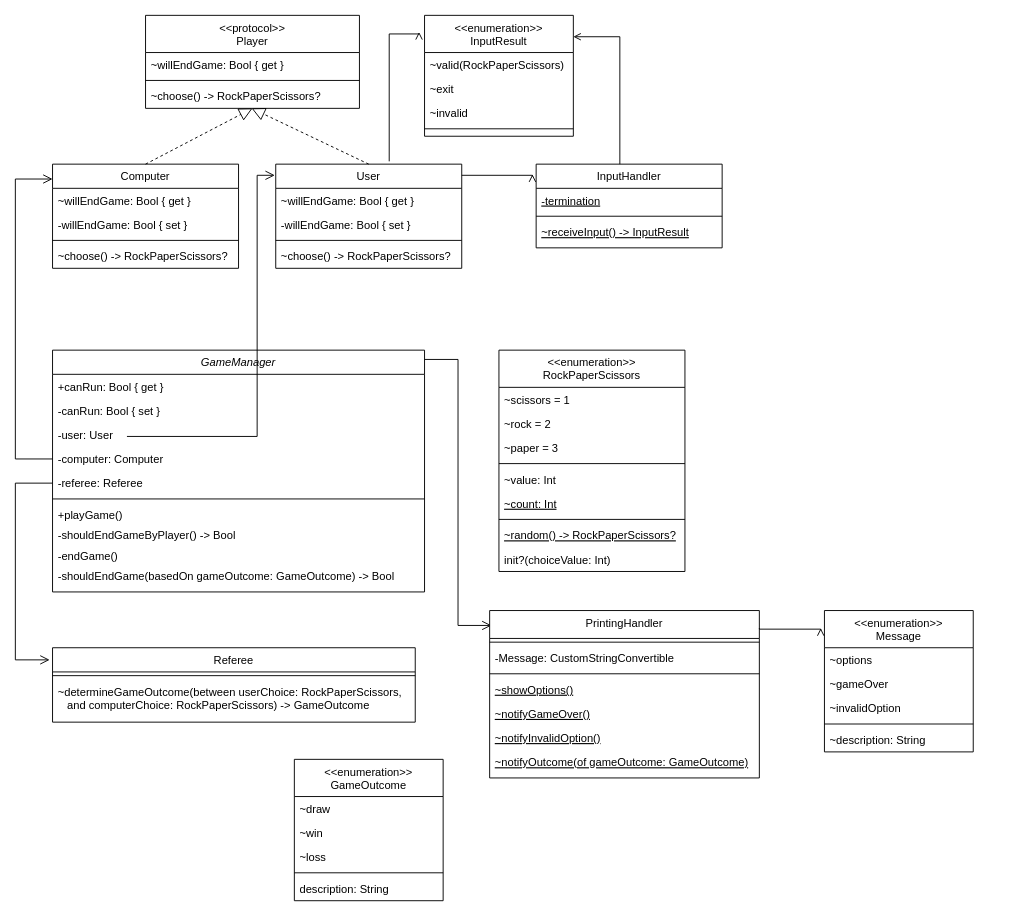
Above: docs/Game_RockPaperScissors_ClassDiagram.drawio in tasty-code/ios-rock-scissor-paper (draw.io), before the change. Source tidied: cells renumbered, new cells numbered last; positions are measured from the earlier drawing's top-left corner, leaving out a move shared by most shapes. Both pictures are drawn from the tidied source at 93%, with x=0, y=0 at pixel (15, 15).
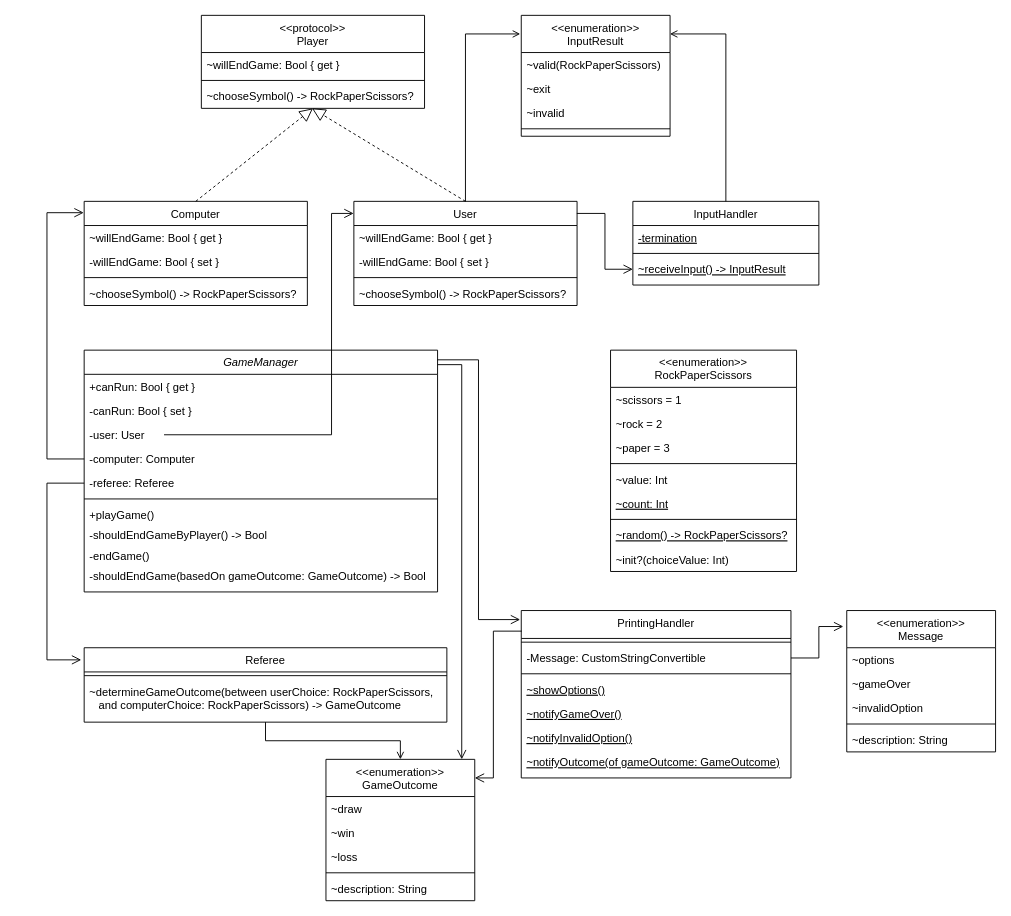
After the change.

Commit message (it also covers changes not shown here):
docs: Step1 클래스 다이어그램 최신 업데이트

Unchanged cells that the change refers to:
```xml
<mxCell id="56" value="~receiveInput() -&gt; InputResult" style="text;align=left;verticalAlign=top;spacingLeft=4;spacingRight=4;overflow=hidden;points=[[0,0.5],[1,0.5]];portConstraint=eastwest;fontStyle=4;" parent="53" vertex="1">
  <mxGeometry y="60" width="200" height="26" as="geometry" />
</mxCell>
<mxCell id="59" value="-Message: CustomStringConvertible" style="text;align=left;verticalAlign=top;spacingLeft=4;spacingRight=4;overflow=hidden;points=[[0,0.5],[1,0.5]];portConstraint=eastwest;" parent="57" vertex="1">
  <mxGeometry y="38" width="290" height="26" as="geometry" />
</mxCell>
```

What changed in the source:
```diff
@@
     <mxCell id="2" value="GameManager" style="swimlane;fontStyle=2;align=center;verticalAlign=top;horizontal=1;startSize=26;rounded=0;shadow=0;strokeWidth=1;" parent="1" vertex="1">
-      <mxGeometry x="40" y="360" width="400" height="260" as="geometry" />
+      <mxGeometry x="74" y="360" width="380" height="260" as="geometry" />
     </mxCell>
     <mxCell id="3" value="+canRun: Bool { get }" style="text;align=left;verticalAlign=top;spacingLeft=4;spacingRight=4;overflow=hidden;" parent="2" vertex="1">
-      <mxGeometry y="26" width="400" height="26" as="geometry" />
+      <mxGeometry y="26" width="380" height="26" as="geometry" />
     </mxCell>
     <mxCell id="4" value="-canRun: Bool { set }" style="text;align=left;verticalAlign=top;spacingLeft=4;spacingRight=4;overflow=hidden;rounded=0;shadow=0;html=0;" parent="2" vertex="1">
-      <mxGeometry y="52" width="400" height="26" as="geometry" />
+      <mxGeometry y="52" width="380" height="26" as="geometry" />
     </mxCell>
     <mxCell id="5" value="-user: User" style="text;align=left;verticalAlign=top;spacingLeft=4;spacingRight=4;overflow=hidden;points=[[0,0.5],[1,0.5]];portConstraint=eastwest;rounded=0;shadow=0;html=0;" parent="2" vertex="1">
-      <mxGeometry y="78" width="400" height="26" as="geometry" />
+      <mxGeometry y="78" width="380" height="26" as="geometry" />
     </mxCell>
     <mxCell id="6" value="-computer: Computer" style="text;align=left;verticalAlign=top;spacingLeft=4;spacingRight=4;overflow=hidden;points=[[0,0.5],[1,0.5]];portConstraint=eastwest;rounded=0;shadow=0;html=0;" parent="2" vertex="1">
-      <mxGeometry y="104" width="400" height="26" as="geometry" />
+      <mxGeometry y="104" width="380" height="26" as="geometry" />
     </mxCell>
     <mxCell id="7" value="-referee: Referee" style="text;align=left;verticalAlign=top;spacingLeft=4;spacingRight=4;overflow=hidden;points=[[0,0.5],[1,0.5]];portConstraint=eastwest;rounded=0;shadow=0;html=0;" parent="2" vertex="1">
-      <mxGeometry y="130" width="400" height="26" as="geometry" />
+      <mxGeometry y="130" width="380" height="26" as="geometry" />
     </mxCell>
     <mxCell id="8" style="line;html=1;strokeWidth=1;align=left;verticalAlign=middle;spacingTop=-1;spacingLeft=3;spacingRight=3;labelPosition=right;" parent="2" vertex="1">
-      <mxGeometry y="156" width="400" height="8" as="geometry" />
+      <mxGeometry y="156" width="380" height="8" as="geometry" />
     </mxCell>
     <mxCell id="9" value="+playGame()" style="text;align=left;verticalAlign=top;spacingLeft=4;spacingRight=4;overflow=hidden;strokeColor=none;" parent="2" vertex="1">
-      <mxGeometry y="164" width="400" height="22" as="geometry" />
+      <mxGeometry y="164" width="380" height="22" as="geometry" />
     </mxCell>
     <mxCell id="10" value="-shouldEndGameByPlayer() -&gt; Bool" style="text;align=left;verticalAlign=top;spacingLeft=4;spacingRight=4;overflow=hidden;strokeColor=none;" parent="2" vertex="1">
-      <mxGeometry y="186" width="400" height="22" as="geometry" />
+      <mxGeometry y="186" width="380" height="22" as="geometry" />
     </mxCell>
     <mxCell id="11" value="-endGame()" style="text;align=left;verticalAlign=top;spacingLeft=4;spacingRight=4;overflow=hidden;strokeColor=none;" parent="2" vertex="1">
-      <mxGeometry y="208" width="400" height="22" as="geometry" />
+      <mxGeometry y="208" width="380" height="22" as="geometry" />
     </mxCell>
     <mxCell id="12" value="-shouldEndGame(basedOn gameOutcome: GameOutcome) -&gt; Bool" style="text;align=left;verticalAlign=top;spacingLeft=4;spacingRight=4;overflow=hidden;strokeColor=none;" parent="2" vertex="1">
-      <mxGeometry y="230" width="400" height="22" as="geometry" />
+      <mxGeometry y="230" width="380" height="22" as="geometry" />
     </mxCell>
     <mxCell id="13" value="&lt;&lt;enumeration&gt;&gt;&#10;RockPaperScissors" style="swimlane;fontStyle=0;align=center;verticalAlign=top;horizontal=1;startSize=40;rounded=0;shadow=0;strokeWidth=1;" parent="1" vertex="1">
-      <mxGeometry x="520" y="360" width="200" height="238" as="geometry" />
+      <mxGeometry x="640" y="360" width="200" height="238" as="geometry" />
     </mxCell>
@@
-    <mxCell id="22" value="init?(choiceValue: Int)" style="text;align=left;verticalAlign=top;spacingLeft=4;spacingRight=4;overflow=hidden;" parent="13" vertex="1">
+    <mxCell id="22" value="~init?(choiceValue: Int)" style="text;align=left;verticalAlign=top;spacingLeft=4;spacingRight=4;overflow=hidden;" parent="13" vertex="1">
       <mxGeometry y="212" width="200" height="26" as="geometry" />
     </mxCell>
     <mxCell id="23" value="&lt;&lt;enumeration&gt;&gt;&#10;Message" style="swimlane;fontStyle=0;align=center;verticalAlign=top;horizontal=1;startSize=40;rounded=0;shadow=0;strokeWidth=1;" parent="1" vertex="1">
-      <mxGeometry x="870" y="640" width="160" height="152" as="geometry" />
+      <mxGeometry x="894" y="640" width="160" height="152" as="geometry" />
     </mxCell>
@@
-    <mxCell id="29" style="endArrow=open;shadow=0;strokeWidth=1;rounded=0;endFill=1;edgeStyle=elbowEdgeStyle;elbow=vertical;exitX=0.99;exitY=0.125;exitDx=0;exitDy=0;exitPerimeter=0;entryX=-0.02;entryY=0.122;entryDx=0;entryDy=0;entryPerimeter=0;" parent="1" edge="1" source="48" target="53">
-      <mxGeometry x="0.5" y="41" relative="1" as="geometry">
-        <mxPoint x="-40" y="32" as="offset" />
-      </mxGeometry>
-    </mxCell>
-    <mxCell id="30" style="edgeStyle=elbowEdgeStyle;elbow=horizontal;endArrow=open;html=1;curved=0;rounded=0;endSize=8;startSize=8;endFill=0;entryX=0.007;entryY=0.089;entryDx=0;entryDy=0;entryPerimeter=0;" parent="1" edge="1" target="57">
-      <mxGeometry relative="1" as="geometry">
-        <mxPoint x="440" y="370" as="sourcePoint" />
-      </mxGeometry>
+    <mxCell id="30" style="edgeStyle=elbowEdgeStyle;elbow=horizontal;endArrow=open;html=1;curved=0;rounded=0;endSize=8;startSize=8;endFill=0;entryX=-0.004;entryY=0.054;entryDx=0;entryDy=0;entryPerimeter=0;exitX=0.999;exitY=0.04;exitDx=0;exitDy=0;exitPerimeter=0;" parent="1" edge="1" source="2" target="57">
+      <mxGeometry relative="1" as="geometry" />
     </mxCell>
     <mxCell id="31" value="Referee" style="swimlane;fontStyle=0;align=center;verticalAlign=top;horizontal=1;startSize=26;rounded=0;shadow=0;strokeWidth=1;" parent="1" vertex="1">
-      <mxGeometry x="40" y="680" width="390" height="80" as="geometry" />
+      <mxGeometry x="74" y="680" width="390" height="80" as="geometry" />
     </mxCell>
@@
     <mxCell id="34" value="&lt;&lt;protocol&gt;&gt;&#10;Player" style="swimlane;fontStyle=0;align=center;verticalAlign=top;horizontal=1;startSize=40;rounded=0;shadow=0;strokeWidth=1;" parent="1" vertex="1">
-      <mxGeometry x="140" width="230" height="100" as="geometry" />
+      <mxGeometry x="200" width="240" height="100" as="geometry" />
     </mxCell>
     <mxCell id="35" value="~willEndGame: Bool { get }" style="text;align=left;verticalAlign=top;spacingLeft=4;spacingRight=4;overflow=hidden;" parent="34" vertex="1">
-      <mxGeometry y="40" width="230" height="26" as="geometry" />
+      <mxGeometry y="40" width="240" height="26" as="geometry" />
     </mxCell>
     <mxCell id="36" style="line;html=1;strokeWidth=1;align=left;verticalAlign=middle;spacingTop=-1;spacingLeft=3;spacingRight=3;labelPosition=right;" parent="34" vertex="1">
-      <mxGeometry y="66" width="230" height="8" as="geometry" />
+      <mxGeometry y="66" width="240" height="8" as="geometry" />
     </mxCell>
-    <mxCell id="37" value="~choose() -&gt; RockPaperScissors?" style="text;align=left;verticalAlign=top;spacingLeft=4;spacingRight=4;overflow=hidden;points=[[0,0.5],[1,0.5]];portConstraint=eastwest;" parent="34" vertex="1">
-      <mxGeometry y="74" width="230" height="26" as="geometry" />
+    <mxCell id="37" value="~chooseSymbol() -&gt; RockPaperScissors?" style="text;align=left;verticalAlign=top;spacingLeft=4;spacingRight=4;overflow=hidden;points=[[0,0.5],[1,0.5]];portConstraint=eastwest;" parent="34" vertex="1">
+      <mxGeometry y="74" width="240" height="26" as="geometry" />
     </mxCell>
     <mxCell id="38" value="Computer" style="swimlane;fontStyle=0;align=center;verticalAlign=top;horizontal=1;startSize=26;rounded=0;shadow=0;strokeWidth=1;" parent="1" vertex="1">
-      <mxGeometry x="40" y="160" width="200" height="112" as="geometry" />
+      <mxGeometry x="74" y="200" width="240" height="112" as="geometry" />
     </mxCell>
     <mxCell id="39" value="~willEndGame: Bool { get }" style="text;align=left;verticalAlign=top;spacingLeft=4;spacingRight=4;overflow=hidden;" parent="38" vertex="1">
-      <mxGeometry y="26" width="200" height="26" as="geometry" />
+      <mxGeometry y="26" width="240" height="26" as="geometry" />
     </mxCell>
     <mxCell id="40" value="-willEndGame: Bool { set }" style="text;align=left;verticalAlign=top;spacingLeft=4;spacingRight=4;overflow=hidden;" parent="38" vertex="1">
-      <mxGeometry y="52" width="200" height="26" as="geometry" />
+      <mxGeometry y="52" width="240" height="26" as="geometry" />
     </mxCell>
     <mxCell id="41" style="line;html=1;strokeWidth=1;align=left;verticalAlign=middle;spacingTop=-1;spacingLeft=3;spacingRight=3;labelPosition=right;" parent="38" vertex="1">
-      <mxGeometry y="78" width="200" height="8" as="geometry" />
+      <mxGeometry y="78" width="240" height="8" as="geometry" />
     </mxCell>
-    <mxCell id="42" value="~choose() -&gt; RockPaperScissors?" style="text;align=left;verticalAlign=top;spacingLeft=4;spacingRight=4;overflow=hidden;" parent="38" vertex="1">
-      <mxGeometry y="86" width="200" height="26" as="geometry" />
+    <mxCell id="42" value="~chooseSymbol() -&gt; RockPaperScissors?" style="text;align=left;verticalAlign=top;spacingLeft=4;spacingRight=4;overflow=hidden;" parent="38" vertex="1">
+      <mxGeometry y="86" width="240" height="26" as="geometry" />
     </mxCell>
     <mxCell id="43" value="&lt;&lt;enumeration&gt;&gt;&#10;InputResult" style="swimlane;fontStyle=0;align=center;verticalAlign=top;horizontal=1;startSize=40;rounded=0;shadow=0;strokeWidth=1;" parent="1" vertex="1">
-      <mxGeometry x="440" width="160" height="130" as="geometry" />
+      <mxGeometry x="544" width="160" height="130" as="geometry" />
     </mxCell>
@@
     <mxCell id="48" value="User" style="swimlane;fontStyle=0;align=center;verticalAlign=top;horizontal=1;startSize=26;rounded=0;shadow=0;strokeWidth=1;" parent="1" vertex="1">
-      <mxGeometry x="280" y="160" width="200" height="112" as="geometry" />
+      <mxGeometry x="364" y="200" width="240" height="112" as="geometry" />
     </mxCell>
     <mxCell id="49" value="~willEndGame: Bool { get }" style="text;align=left;verticalAlign=top;spacingLeft=4;spacingRight=4;overflow=hidden;" parent="48" vertex="1">
-      <mxGeometry y="26" width="200" height="26" as="geometry" />
+      <mxGeometry y="26" width="240" height="26" as="geometry" />
     </mxCell>
     <mxCell id="50" value="-willEndGame: Bool { set }" style="text;align=left;verticalAlign=top;spacingLeft=4;spacingRight=4;overflow=hidden;" parent="48" vertex="1">
-      <mxGeometry y="52" width="200" height="26" as="geometry" />
+      <mxGeometry y="52" width="240" height="26" as="geometry" />
     </mxCell>
     <mxCell id="51" style="line;html=1;strokeWidth=1;align=left;verticalAlign=middle;spacingTop=-1;spacingLeft=3;spacingRight=3;labelPosition=right;" parent="48" vertex="1">
-      <mxGeometry y="78" width="200" height="8" as="geometry" />
+      <mxGeometry y="78" width="240" height="8" as="geometry" />
     </mxCell>
-    <mxCell id="52" value="~choose() -&gt; RockPaperScissors?" style="text;align=left;verticalAlign=top;spacingLeft=4;spacingRight=4;overflow=hidden;" parent="48" vertex="1">
-      <mxGeometry y="86" width="200" height="26" as="geometry" />
+    <mxCell id="52" value="~chooseSymbol() -&gt; RockPaperScissors?" style="text;align=left;verticalAlign=top;spacingLeft=4;spacingRight=4;overflow=hidden;" parent="48" vertex="1">
+      <mxGeometry y="86" width="240" height="26" as="geometry" />
     </mxCell>
     <mxCell id="53" value="InputHandler" style="swimlane;fontStyle=0;align=center;verticalAlign=top;horizontal=1;startSize=26;rounded=0;shadow=0;strokeWidth=1;" parent="1" vertex="1">
-      <mxGeometry x="560" y="160" width="200" height="90" as="geometry" />
+      <mxGeometry x="664" y="200" width="200" height="90" as="geometry" />
     </mxCell>
@@
     <mxCell id="57" value="PrintingHandler" style="swimlane;fontStyle=0;align=center;verticalAlign=top;horizontal=1;startSize=30;rounded=0;shadow=0;strokeWidth=1;" parent="1" vertex="1">
-      <mxGeometry x="510" y="640" width="290" height="180" as="geometry" />
+      <mxGeometry x="544" y="640" width="290" height="180" as="geometry" />
     </mxCell>
@@
     <mxCell id="67" value="&lt;&lt;enumeration&gt;&gt;&#10;GameOutcome" style="swimlane;fontStyle=0;align=center;verticalAlign=top;horizontal=1;startSize=40;rounded=0;shadow=0;strokeWidth=1;" parent="1" vertex="1">
-      <mxGeometry x="300" y="800" width="160" height="152" as="geometry" />
+      <mxGeometry x="334" y="800" width="160" height="152" as="geometry" />
     </mxCell>
@@
-    <mxCell id="72" value="description: String" style="text;align=left;verticalAlign=top;spacingLeft=4;spacingRight=4;overflow=hidden;" parent="67" vertex="1">
+    <mxCell id="72" value="~description: String" style="text;align=left;verticalAlign=top;spacingLeft=4;spacingRight=4;overflow=hidden;" parent="67" vertex="1">
       <mxGeometry y="126" width="160" height="26" as="geometry" />
     </mxCell>
-    <mxCell id="73" style="edgeStyle=elbowEdgeStyle;elbow=horizontal;endArrow=open;html=1;curved=0;rounded=0;endSize=8;startSize=8;endFill=0;exitX=0;exitY=0.5;exitDx=0;exitDy=0;" parent="1" edge="1" source="6">
+    <mxCell id="73" style="edgeStyle=elbowEdgeStyle;elbow=horizontal;endArrow=open;html=1;curved=0;rounded=0;endSize=8;startSize=8;endFill=0;exitX=0;exitY=0.5;exitDx=0;exitDy=0;entryX=-0.002;entryY=0.109;entryDx=0;entryDy=0;entryPerimeter=0;" parent="1" edge="1" source="6" target="38">
       <mxGeometry relative="1" as="geometry">
-        <mxPoint x="40" y="176" as="targetPoint" />
         <Array as="points">
-          <mxPoint y="350" />
+          <mxPoint x="34" y="390" />
         </Array>
       </mxGeometry>
     </mxCell>
-    <mxCell id="74" style="edgeStyle=elbowEdgeStyle;elbow=horizontal;endArrow=open;html=1;curved=0;rounded=0;endSize=8;startSize=8;endFill=0;entryX=-0.005;entryY=0.107;entryDx=0;entryDy=0;entryPerimeter=0;" parent="1" edge="1" target="48">
+    <mxCell id="74" style="edgeStyle=elbowEdgeStyle;elbow=horizontal;endArrow=open;html=1;curved=0;rounded=0;endSize=8;startSize=8;endFill=0;entryX=-0.001;entryY=0.116;entryDx=0;entryDy=0;entryPerimeter=0;exitX=0.226;exitY=0.5;exitDx=0;exitDy=0;exitPerimeter=0;" parent="1" edge="1" source="5" target="48">
       <mxGeometry relative="1" as="geometry">
-        <mxPoint x="120" y="452.8" as="sourcePoint" />
         <Array as="points">
-          <mxPoint x="260" y="320" />
+          <mxPoint x="340" y="330" />
         </Array>
       </mxGeometry>
     </mxCell>
     <mxCell id="75" style="edgeStyle=elbowEdgeStyle;elbow=vertical;endArrow=open;html=1;curved=0;rounded=0;endSize=8;startSize=8;endFill=0;exitX=0;exitY=0.5;exitDx=0;exitDy=0;entryX=-0.008;entryY=0.163;entryDx=0;entryDy=0;entryPerimeter=0;" parent="1" edge="1" source="7" target="31">
       <mxGeometry relative="1" as="geometry">
         <Array as="points">
-          <mxPoint y="600" />
+          <mxPoint x="34" y="600" />
         </Array>
       </mxGeometry>
     </mxCell>
-    <mxCell id="76" style="endArrow=open;shadow=0;strokeWidth=1;rounded=0;endFill=1;edgeStyle=elbowEdgeStyle;elbow=vertical;entryX=-0.025;entryY=0.125;entryDx=0;entryDy=0;entryPerimeter=0;" parent="1" edge="1" target="23">
-      <mxGeometry x="0.5" y="41" relative="1" as="geometry">
-        <mxPoint x="800" y="659" as="sourcePoint" />
-        <Array as="points">
-          <mxPoint x="830" y="660" />
-        </Array>
-        <mxPoint x="-40" y="32" as="offset" />
-      </mxGeometry>
-    </mxCell>
-    <mxCell id="77" style="endArrow=open;shadow=0;strokeWidth=1;rounded=0;endFill=1;edgeStyle=elbowEdgeStyle;elbow=vertical;entryX=-0.037;entryY=0.138;entryDx=0;entryDy=0;entryPerimeter=0;exitX=0.61;exitY=-0.027;exitDx=0;exitDy=0;exitPerimeter=0;" parent="1" edge="1" source="48" target="43">
+    <mxCell id="77" style="endArrow=open;shadow=0;strokeWidth=1;rounded=0;endFill=1;edgeStyle=elbowEdgeStyle;elbow=vertical;exitX=0.5;exitY=0;exitDx=0;exitDy=0;entryX=-0.007;entryY=0.151;entryDx=0;entryDy=0;entryPerimeter=0;" parent="1" edge="1" source="48" target="43">
       <mxGeometry x="0.5" y="41" relative="1" as="geometry">
         <Array as="points">
-          <mxPoint x="410" y="20" />
+          <mxPoint x="500" y="20" />
         </Array>
         <mxPoint x="-40" y="32" as="offset" />
       </mxGeometry>
     </mxCell>
-    <mxCell id="78" style="endArrow=open;shadow=0;strokeWidth=1;rounded=0;endFill=1;edgeStyle=elbowEdgeStyle;elbow=vertical;exitX=0.61;exitY=-0.027;exitDx=0;exitDy=0;exitPerimeter=0;" parent="1" edge="1" target="43">
+    <mxCell id="78" style="endArrow=open;shadow=0;strokeWidth=1;rounded=0;endFill=1;edgeStyle=elbowEdgeStyle;elbow=vertical;exitX=0.5;exitY=0;exitDx=0;exitDy=0;entryX=0.999;entryY=0.151;entryDx=0;entryDy=0;entryPerimeter=0;" parent="1" edge="1" source="53" target="43">
       <mxGeometry x="0.5" y="41" relative="1" as="geometry">
-        <mxPoint x="650" y="160" as="sourcePoint" />
         <Array as="points">
-          <mxPoint x="658" y="23" />
+          <mxPoint x="750" y="20" />
         </Array>
         <mxPoint x="-40" y="32" as="offset" />
       </mxGeometry>
     </mxCell>
+    <mxCell id="79" style="endArrow=open;shadow=0;strokeWidth=1;rounded=0;endFill=1;edgeStyle=elbowEdgeStyle;elbow=vertical;exitX=0.5;exitY=1;exitDx=0;exitDy=0;entryX=0.5;entryY=0;entryDx=0;entryDy=0;" parent="1" edge="1" source="31" target="67">
+      <mxGeometry x="0.5" y="41" relative="1" as="geometry">
+        <mxPoint x="-40" y="32" as="offset" />
+      </mxGeometry>
+    </mxCell>
+    <mxCell id="80" style="edgeStyle=elbowEdgeStyle;elbow=horizontal;endArrow=open;html=1;curved=0;rounded=0;endSize=8;startSize=8;endFill=0;exitX=0.002;exitY=0.123;exitDx=0;exitDy=0;exitPerimeter=0;entryX=1;entryY=0.132;entryDx=0;entryDy=0;entryPerimeter=0;" parent="1" edge="1" source="57">
+      <mxGeometry relative="1" as="geometry">
+        <mxPoint x="494" y="820" as="targetPoint" />
+        <Array as="points">
+          <mxPoint x="514" y="679.9" />
+        </Array>
+      </mxGeometry>
+    </mxCell>
+    <mxCell id="81" style="edgeStyle=elbowEdgeStyle;elbow=horizontal;endArrow=open;html=1;curved=0;rounded=0;endSize=8;startSize=8;endFill=0;entryX=-0.023;entryY=0.113;entryDx=0;entryDy=0;entryPerimeter=0;exitX=1;exitY=0.5;exitDx=0;exitDy=0;" parent="1" edge="1" source="59" target="23">
+      <mxGeometry relative="1" as="geometry">
+        <Array as="points">
+          <mxPoint x="864" y="680" />
+        </Array>
+      </mxGeometry>
+    </mxCell>
+    <mxCell id="82" style="edgeStyle=elbowEdgeStyle;elbow=horizontal;endArrow=open;html=1;curved=0;rounded=0;endSize=8;startSize=8;endFill=0;entryX=0;entryY=0.5;entryDx=0;entryDy=0;exitX=0.999;exitY=0.116;exitDx=0;exitDy=0;exitPerimeter=0;" parent="1" edge="1" source="48" target="56">
+      <mxGeometry relative="1" as="geometry" />
+    </mxCell>
+    <mxCell id="83" style="edgeStyle=segmentEdgeStyle;endArrow=open;html=1;curved=0;rounded=0;endSize=8;startSize=8;exitX=1;exitY=0.06;exitDx=0;exitDy=0;exitPerimeter=0;endFill=0;" parent="1" edge="1" source="2">
+      <mxGeometry relative="1" as="geometry">
+        <mxPoint x="480" y="800" as="targetPoint" />
+      </mxGeometry>
+    </mxCell>
```
